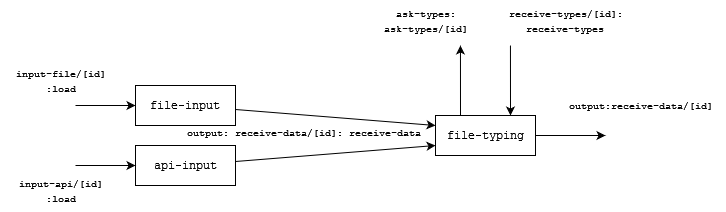
Above: modules/data/images/DataWorkflow.png in mundorum-lab/datasci (draw.io), before the change. Source tidied: cells renumbered, new cells last; positions are measured from the earlier drawing's top-left corner, leaving out a move shared by most shapes. Its diagram source:
```xml
<mxGraphModel>
  <root>
    <mxCell id="0" />
    <mxCell id="1" parent="0" />
    <mxCell id="2" style="edgeStyle=orthogonalEdgeStyle;rounded=0;jettySize=auto;html=1;entryX=0;entryY=0.5;entryDx=0;entryDy=0;" parent="1" edge="1" target="4">
      <mxGeometry relative="1" as="geometry">
        <mxPoint x="75" y="105" as="sourcePoint" />
      </mxGeometry>
    </mxCell>
    <mxCell id="3" style="rounded=0;jettySize=auto;html=1;entryX=0;entryY=0.25;entryDx=0;entryDy=0;" parent="1" edge="1" source="4" target="10">
      <mxGeometry relative="1" as="geometry" />
    </mxCell>
    <mxCell id="4" value="&lt;div&gt;&lt;font face=&quot;Courier New&quot;&gt;file-input&lt;/font&gt;&lt;/div&gt;" style="rounded=0;whiteSpace=wrap;html=1;" parent="1" vertex="1">
      <mxGeometry x="135" y="85" width="100" height="40" as="geometry" />
    </mxCell>
    <mxCell id="5" style="rounded=0;jettySize=auto;html=1;entryX=0;entryY=0.75;entryDx=0;entryDy=0;" parent="1" edge="1" source="6" target="10">
      <mxGeometry relative="1" as="geometry" />
    </mxCell>
    <mxCell id="6" value="&lt;font face=&quot;Courier New&quot;&gt;api-input&lt;/font&gt;" style="rounded=0;whiteSpace=wrap;html=1;" parent="1" vertex="1">
      <mxGeometry x="135" y="145" width="100" height="40" as="geometry" />
    </mxCell>
    <mxCell id="7" style="edgeStyle=orthogonalEdgeStyle;rounded=0;jettySize=auto;html=1;exitX=0.25;exitY=0;exitDx=0;exitDy=0;" parent="1" edge="1" source="10">
      <mxGeometry relative="1" as="geometry">
        <mxPoint x="460" y="45" as="targetPoint" />
      </mxGeometry>
    </mxCell>
    <mxCell id="8" style="edgeStyle=orthogonalEdgeStyle;rounded=0;jettySize=auto;html=1;exitX=0.75;exitY=0;exitDx=0;exitDy=0;startArrow=classic;startFill=1;endArrow=none;endFill=0;" parent="1" edge="1" source="10">
      <mxGeometry relative="1" as="geometry">
        <mxPoint x="510" y="45" as="targetPoint" />
      </mxGeometry>
    </mxCell>
    <mxCell id="9" style="edgeStyle=orthogonalEdgeStyle;rounded=0;jettySize=auto;html=1;" parent="1" edge="1" source="10">
      <mxGeometry relative="1" as="geometry">
        <mxPoint x="605" y="135" as="targetPoint" />
      </mxGeometry>
    </mxCell>
    <mxCell id="10" value="&lt;div&gt;&lt;font face=&quot;Courier New&quot;&gt;file-typing&lt;/font&gt;&lt;/div&gt;" style="rounded=0;whiteSpace=wrap;html=1;" parent="1" vertex="1">
      <mxGeometry x="435" y="115" width="100" height="40" as="geometry" />
    </mxCell>
    <mxCell id="11" style="edgeStyle=orthogonalEdgeStyle;rounded=0;orthogonalLoop=1;jettySize=auto;html=1;entryX=0;entryY=0.5;entryDx=0;entryDy=0;" parent="1" edge="1">
      <mxGeometry relative="1" as="geometry">
        <mxPoint x="75" y="165" as="sourcePoint" />
        <mxPoint x="135" y="165" as="targetPoint" />
      </mxGeometry>
    </mxCell>
    <mxCell id="12" value="&lt;div&gt;&lt;font style=&quot;font-size: 10px;&quot; face=&quot;Courier New&quot;&gt;input-file/[id]&lt;/font&gt;&lt;/div&gt;&lt;div&gt;&lt;font style=&quot;font-size: 10px;&quot; face=&quot;Courier New&quot;&gt;:load&lt;/font&gt;&lt;/div&gt;" style="text;html=1;align=center;verticalAlign=middle;strokeColor=none;fillColor=none;" parent="1" vertex="1">
      <mxGeometry y="60" width="120" height="40" as="geometry" />
    </mxCell>
    <mxCell id="13" value="&lt;div&gt;&lt;font style=&quot;font-size: 10px;&quot; face=&quot;Courier New&quot;&gt;input-api/[id]&lt;/font&gt;&lt;/div&gt;&lt;div&gt;&lt;font style=&quot;font-size: 10px;&quot; face=&quot;Courier New&quot;&gt;:load&lt;/font&gt;&lt;/div&gt;" style="text;html=1;align=center;verticalAlign=middle;strokeColor=none;fillColor=none;" parent="1" vertex="1">
      <mxGeometry x="5" y="170" width="110" height="40" as="geometry" />
    </mxCell>
    <mxCell id="14" value="&lt;div&gt;&lt;font style=&quot;font-size: 10px;&quot; face=&quot;Courier New&quot;&gt;output: receive-data/[id]: receive-data&lt;br&gt;&lt;/font&gt;&lt;/div&gt;" style="text;html=1;align=center;verticalAlign=middle;strokeColor=none;fillColor=none;" parent="1" vertex="1">
      <mxGeometry x="173" y="117" width="260" height="30" as="geometry" />
    </mxCell>
    <mxCell id="15" value="&lt;div&gt;&lt;font style=&quot;font-size: 10px;&quot; face=&quot;Courier New&quot;&gt;ask-types:&lt;/font&gt;&lt;/div&gt;&lt;div&gt;&lt;font style=&quot;font-size: 10px;&quot; face=&quot;Courier New&quot;&gt;ask-types/[id]&lt;br&gt;&lt;/font&gt;&lt;/div&gt;" style="text;html=1;align=center;verticalAlign=middle;strokeColor=none;fillColor=none;" parent="1" vertex="1">
      <mxGeometry x="370" width="110" height="40" as="geometry" />
    </mxCell>
    <mxCell id="16" value="&lt;div&gt;&lt;font style=&quot;font-size: 10px;&quot; face=&quot;Courier New&quot;&gt;receive-types/[id]:&lt;/font&gt;&lt;/div&gt;&lt;div&gt;&lt;font style=&quot;font-size: 10px;&quot; face=&quot;Courier New&quot;&gt;receive-types&lt;br&gt;&lt;/font&gt;&lt;/div&gt;" style="text;html=1;align=center;verticalAlign=middle;strokeColor=none;fillColor=none;" parent="1" vertex="1">
      <mxGeometry x="495" width="140" height="40" as="geometry" />
    </mxCell>
    <mxCell id="17" value="&lt;div&gt;&lt;font style=&quot;font-size: 10px;&quot; face=&quot;Courier New&quot;&gt;output:receive-data/[id]&lt;br&gt;&lt;/font&gt;&lt;/div&gt;" style="text;html=1;align=center;verticalAlign=middle;strokeColor=none;fillColor=none;" parent="1" vertex="1">
      <mxGeometry x="555" y="90" width="170" height="30" as="geometry" />
    </mxCell>
  </root>
</mxGraphModel>
```
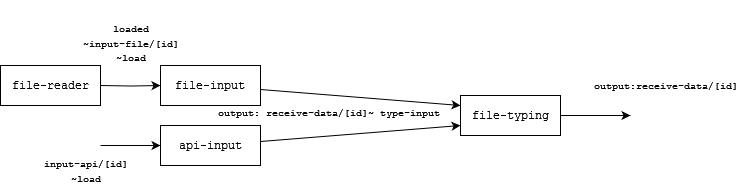
The same file after the commit.

What changed in the source:
```diff
@@ -19,16 +19,6 @@
     <mxCell id="6" value="&lt;font face=&quot;Courier New&quot;&gt;api-input&lt;/font&gt;" style="rounded=0;whiteSpace=wrap;html=1;" parent="1" vertex="1">
       <mxGeometry x="135" y="145" width="100" height="40" as="geometry" />
     </mxCell>
-    <mxCell id="7" style="edgeStyle=orthogonalEdgeStyle;rounded=0;jettySize=auto;html=1;exitX=0.25;exitY=0;exitDx=0;exitDy=0;" parent="1" edge="1" source="10">
-      <mxGeometry relative="1" as="geometry">
-        <mxPoint x="460" y="45" as="targetPoint" />
-      </mxGeometry>
-    </mxCell>
-    <mxCell id="8" style="edgeStyle=orthogonalEdgeStyle;rounded=0;jettySize=auto;html=1;exitX=0.75;exitY=0;exitDx=0;exitDy=0;startArrow=classic;startFill=1;endArrow=none;endFill=0;" parent="1" edge="1" source="10">
-      <mxGeometry relative="1" as="geometry">
-        <mxPoint x="510" y="45" as="targetPoint" />
-      </mxGeometry>
-    </mxCell>
     <mxCell id="9" style="edgeStyle=orthogonalEdgeStyle;rounded=0;jettySize=auto;html=1;" parent="1" edge="1" source="10">
       <mxGeometry relative="1" as="geometry">
         <mxPoint x="605" y="135" as="targetPoint" />
@@ -43,23 +33,20 @@
         <mxPoint x="135" y="165" as="targetPoint" />
       </mxGeometry>
     </mxCell>
-    <mxCell id="12" value="&lt;div&gt;&lt;font style=&quot;font-size: 10px;&quot; face=&quot;Courier New&quot;&gt;input-file/[id]&lt;/font&gt;&lt;/div&gt;&lt;div&gt;&lt;font style=&quot;font-size: 10px;&quot; face=&quot;Courier New&quot;&gt;:load&lt;/font&gt;&lt;/div&gt;" style="text;html=1;align=center;verticalAlign=middle;strokeColor=none;fillColor=none;" parent="1" vertex="1">
-      <mxGeometry y="60" width="120" height="40" as="geometry" />
+    <mxCell id="12" value="&lt;br&gt;&lt;div&gt;&lt;font style=&quot;font-size: 10px;&quot; face=&quot;Courier New&quot;&gt;loaded&lt;/font&gt;&lt;/div&gt;&lt;div&gt;&lt;font style=&quot;font-size: 10px;&quot; face=&quot;Courier New&quot;&gt;~input-file/[id]&lt;/font&gt;&lt;/div&gt;&lt;div&gt;&lt;font style=&quot;font-size: 10px;&quot; face=&quot;Courier New&quot;&gt;~load&lt;/font&gt;&lt;/div&gt;" style="text;html=1;align=center;verticalAlign=middle;strokeColor=none;fillColor=none;" parent="1" vertex="1">
+      <mxGeometry x="40" y="20" width="130" height="70" as="geometry" />
     </mxCell>
-    <mxCell id="13" value="&lt;div&gt;&lt;font style=&quot;font-size: 10px;&quot; face=&quot;Courier New&quot;&gt;input-api/[id]&lt;/font&gt;&lt;/div&gt;&lt;div&gt;&lt;font style=&quot;font-size: 10px;&quot; face=&quot;Courier New&quot;&gt;:load&lt;/font&gt;&lt;/div&gt;" style="text;html=1;align=center;verticalAlign=middle;strokeColor=none;fillColor=none;" parent="1" vertex="1">
+    <mxCell id="13" value="&lt;div&gt;&lt;font style=&quot;font-size: 10px;&quot; face=&quot;Courier New&quot;&gt;input-api/[id]&lt;/font&gt;&lt;/div&gt;&lt;div&gt;&lt;font style=&quot;font-size: 10px;&quot; face=&quot;Courier New&quot;&gt;~load&lt;/font&gt;&lt;/div&gt;" style="text;html=1;align=center;verticalAlign=middle;strokeColor=none;fillColor=none;" parent="1" vertex="1">
       <mxGeometry x="5" y="170" width="110" height="40" as="geometry" />
     </mxCell>
-    <mxCell id="14" value="&lt;div&gt;&lt;font style=&quot;font-size: 10px;&quot; face=&quot;Courier New&quot;&gt;output: receive-data/[id]: receive-data&lt;br&gt;&lt;/font&gt;&lt;/div&gt;" style="text;html=1;align=center;verticalAlign=middle;strokeColor=none;fillColor=none;" parent="1" vertex="1">
+    <mxCell id="14" value="&lt;div&gt;&lt;font style=&quot;font-size: 10px;&quot; face=&quot;Courier New&quot;&gt;output: receive-data/[id]~ type-input&lt;br&gt;&lt;/font&gt;&lt;/div&gt;" style="text;html=1;align=center;verticalAlign=middle;strokeColor=none;fillColor=none;" parent="1" vertex="1">
       <mxGeometry x="173" y="117" width="260" height="30" as="geometry" />
     </mxCell>
-    <mxCell id="15" value="&lt;div&gt;&lt;font style=&quot;font-size: 10px;&quot; face=&quot;Courier New&quot;&gt;ask-types:&lt;/font&gt;&lt;/div&gt;&lt;div&gt;&lt;font style=&quot;font-size: 10px;&quot; face=&quot;Courier New&quot;&gt;ask-types/[id]&lt;br&gt;&lt;/font&gt;&lt;/div&gt;" style="text;html=1;align=center;verticalAlign=middle;strokeColor=none;fillColor=none;" parent="1" vertex="1">
-      <mxGeometry x="370" width="110" height="40" as="geometry" />
-    </mxCell>
-    <mxCell id="16" value="&lt;div&gt;&lt;font style=&quot;font-size: 10px;&quot; face=&quot;Courier New&quot;&gt;receive-types/[id]:&lt;/font&gt;&lt;/div&gt;&lt;div&gt;&lt;font style=&quot;font-size: 10px;&quot; face=&quot;Courier New&quot;&gt;receive-types&lt;br&gt;&lt;/font&gt;&lt;/div&gt;" style="text;html=1;align=center;verticalAlign=middle;strokeColor=none;fillColor=none;" parent="1" vertex="1">
-      <mxGeometry x="495" width="140" height="40" as="geometry" />
-    </mxCell>
     <mxCell id="17" value="&lt;div&gt;&lt;font style=&quot;font-size: 10px;&quot; face=&quot;Courier New&quot;&gt;output:receive-data/[id]&lt;br&gt;&lt;/font&gt;&lt;/div&gt;" style="text;html=1;align=center;verticalAlign=middle;strokeColor=none;fillColor=none;" parent="1" vertex="1">
       <mxGeometry x="555" y="90" width="170" height="30" as="geometry" />
     </mxCell>
+    <mxCell id="18" value="&lt;div&gt;&lt;font face=&quot;Courier New&quot;&gt;file-reader&lt;/font&gt;&lt;/div&gt;" style="rounded=0;whiteSpace=wrap;html=1;" parent="1" vertex="1">
+      <mxGeometry x="-25" y="85" width="100" height="40" as="geometry" />
+    </mxCell>
   </root>
 </mxGraphModel>
```
